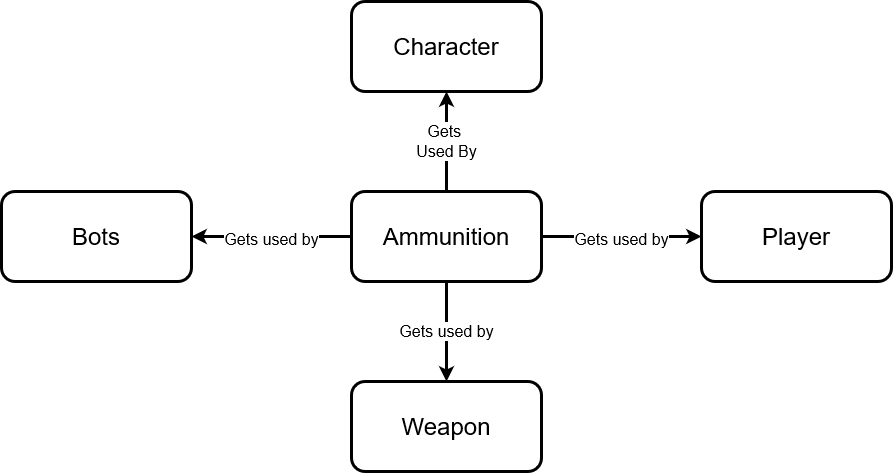
FM-Man/SPL_2 keeps this draw.io diagram as Pictures/crs/crc 12.drawio.png. Above is the earlier version. Source tidied: cells renumbered, new cells last; positions are measured from the earlier drawing's top-left corner, leaving out a move shared by most shapes. The source it was exported from:
```xml
<mxGraphModel>
  <root>
    <mxCell id="0" />
    <mxCell id="1" parent="0" />
    <mxCell id="2" value="&lt;div&gt;Gets&amp;nbsp;&lt;/div&gt;&lt;div&gt;Used By&lt;br&gt;&lt;/div&gt;" style="edgeStyle=orthogonalEdgeStyle;rounded=0;jettySize=auto;html=1;exitX=0.5;exitY=0;exitDx=0;exitDy=0;entryX=0.5;entryY=1;entryDx=0;entryDy=0;fontSize=16;strokeWidth=3;" parent="1" edge="1" source="6" target="7">
      <mxGeometry relative="1" as="geometry" />
    </mxCell>
    <mxCell id="3" value="&lt;font size=&quot;3&quot;&gt;Gets used by&lt;br&gt;&lt;/font&gt;" style="edgeStyle=orthogonalEdgeStyle;rounded=0;jettySize=auto;html=1;exitX=0;exitY=0.5;exitDx=0;exitDy=0;entryX=1;entryY=0.5;entryDx=0;entryDy=0;fontSize=24;strokeWidth=3;" parent="1" edge="1" source="6" target="8">
      <mxGeometry relative="1" as="geometry" />
    </mxCell>
    <mxCell id="4" value="&lt;font style=&quot;font-size: 16px&quot;&gt;Gets used by&lt;/font&gt;" style="edgeStyle=orthogonalEdgeStyle;rounded=0;jettySize=auto;html=1;exitX=1;exitY=0.5;exitDx=0;exitDy=0;fontSize=24;strokeWidth=3;entryX=0;entryY=0.5;entryDx=0;entryDy=0;" parent="1" edge="1" source="6" target="9">
      <mxGeometry relative="1" as="geometry" />
    </mxCell>
    <mxCell id="5" value="Gets used by" style="edgeStyle=orthogonalEdgeStyle;rounded=0;jettySize=auto;html=1;exitX=0.5;exitY=1;exitDx=0;exitDy=0;entryX=0.5;entryY=0;entryDx=0;entryDy=0;fontSize=16;strokeWidth=3;" parent="1" edge="1" source="6" target="10">
      <mxGeometry relative="1" as="geometry" />
    </mxCell>
    <mxCell id="6" value="&lt;font style=&quot;font-size: 24px&quot;&gt;Ammunition&lt;/font&gt;" style="rounded=1;whiteSpace=wrap;html=1;strokeWidth=3;" parent="1" vertex="1">
      <mxGeometry x="350" y="190" width="190" height="90" as="geometry" />
    </mxCell>
    <mxCell id="7" value="&lt;font style=&quot;font-size: 24px&quot;&gt;Character&lt;/font&gt;" style="rounded=1;whiteSpace=wrap;html=1;strokeWidth=3;" parent="1" vertex="1">
      <mxGeometry x="350" width="190" height="90" as="geometry" />
    </mxCell>
    <mxCell id="8" value="&lt;font style=&quot;font-size: 24px&quot;&gt;Bots&lt;/font&gt;" style="rounded=1;whiteSpace=wrap;html=1;strokeWidth=3;" parent="1" vertex="1">
      <mxGeometry y="190" width="190" height="90" as="geometry" />
    </mxCell>
    <mxCell id="9" value="&lt;font style=&quot;font-size: 24px&quot;&gt;Player&lt;br&gt;&lt;/font&gt;" style="rounded=1;whiteSpace=wrap;html=1;strokeWidth=3;" parent="1" vertex="1">
      <mxGeometry x="700" y="190" width="190" height="90" as="geometry" />
    </mxCell>
    <mxCell id="10" value="&lt;font style=&quot;font-size: 24px&quot;&gt;Weapon&lt;/font&gt;" style="rounded=1;whiteSpace=wrap;html=1;strokeWidth=3;" parent="1" vertex="1">
      <mxGeometry x="350" y="380" width="190" height="90" as="geometry" />
    </mxCell>
  </root>
</mxGraphModel>
```
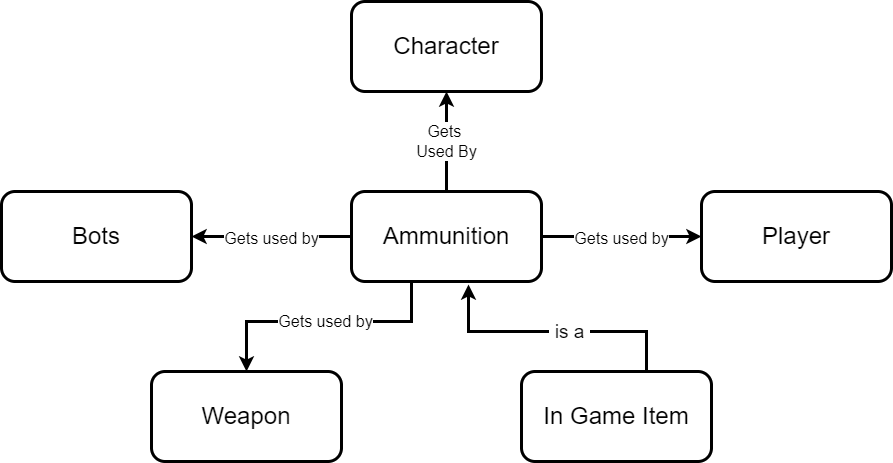
Later version of the same file.

The edit, as a diff of the source:
```diff
@@ -12,7 +12,13 @@
       <mxGeometry relative="1" as="geometry" />
     </mxCell>
     <mxCell id="5" value="Gets used by" style="edgeStyle=orthogonalEdgeStyle;rounded=0;jettySize=auto;html=1;exitX=0.5;exitY=1;exitDx=0;exitDy=0;entryX=0.5;entryY=0;entryDx=0;entryDy=0;fontSize=16;strokeWidth=3;" parent="1" edge="1" source="6" target="10">
-      <mxGeometry relative="1" as="geometry" />
+      <mxGeometry x="0.11" relative="1" as="geometry">
+        <Array as="points">
+          <mxPoint x="410" y="280" />
+          <mxPoint x="410" y="320" />
+          <mxPoint x="245" y="320" />
+        </Array>
+      </mxGeometry>
     </mxCell>
     <mxCell id="6" value="&lt;font style=&quot;font-size: 24px&quot;&gt;Ammunition&lt;/font&gt;" style="rounded=1;whiteSpace=wrap;html=1;strokeWidth=3;" parent="1" vertex="1">
       <mxGeometry x="350" y="190" width="190" height="90" as="geometry" />
@@ -27,7 +33,23 @@
       <mxGeometry x="700" y="190" width="190" height="90" as="geometry" />
     </mxCell>
     <mxCell id="10" value="&lt;font style=&quot;font-size: 24px&quot;&gt;Weapon&lt;/font&gt;" style="rounded=1;whiteSpace=wrap;html=1;strokeWidth=3;" parent="1" vertex="1">
-      <mxGeometry x="350" y="380" width="190" height="90" as="geometry" />
+      <mxGeometry x="150" y="370" width="190" height="90" as="geometry" />
     </mxCell>
+    <mxCell id="11" style="edgeStyle=orthogonalEdgeStyle;rounded=0;jettySize=auto;html=1;fontSize=19;strokeWidth=3;entryX=0.616;entryY=1.033;entryDx=0;entryDy=0;entryPerimeter=0;" parent="1" edge="1" source="13" target="6">
+      <mxGeometry relative="1" as="geometry">
+        <Array as="points">
+          <mxPoint x="645" y="330" />
+          <mxPoint x="467" y="330" />
+        </Array>
+      </mxGeometry>
+    </mxCell>
+    <mxCell id="12" value="&amp;nbsp;is a&amp;nbsp;" style="edgeLabel;html=1;align=center;verticalAlign=middle;fontSize=19;" parent="11" vertex="1">
+      <mxGeometry x="-0.18" y="3" relative="1" as="geometry">
+        <mxPoint x="-9" y="-3" as="offset" />
+      </mxGeometry>
+    </mxCell>
+    <mxCell id="13" value="&lt;font style=&quot;font-size: 24px&quot;&gt;In Game Item&lt;/font&gt;" style="rounded=1;whiteSpace=wrap;html=1;strokeWidth=3;" parent="1" vertex="1">
+      <mxGeometry x="520" y="370" width="190" height="90" as="geometry" />
+    </mxCell>
   </root>
 </mxGraphModel>
```
